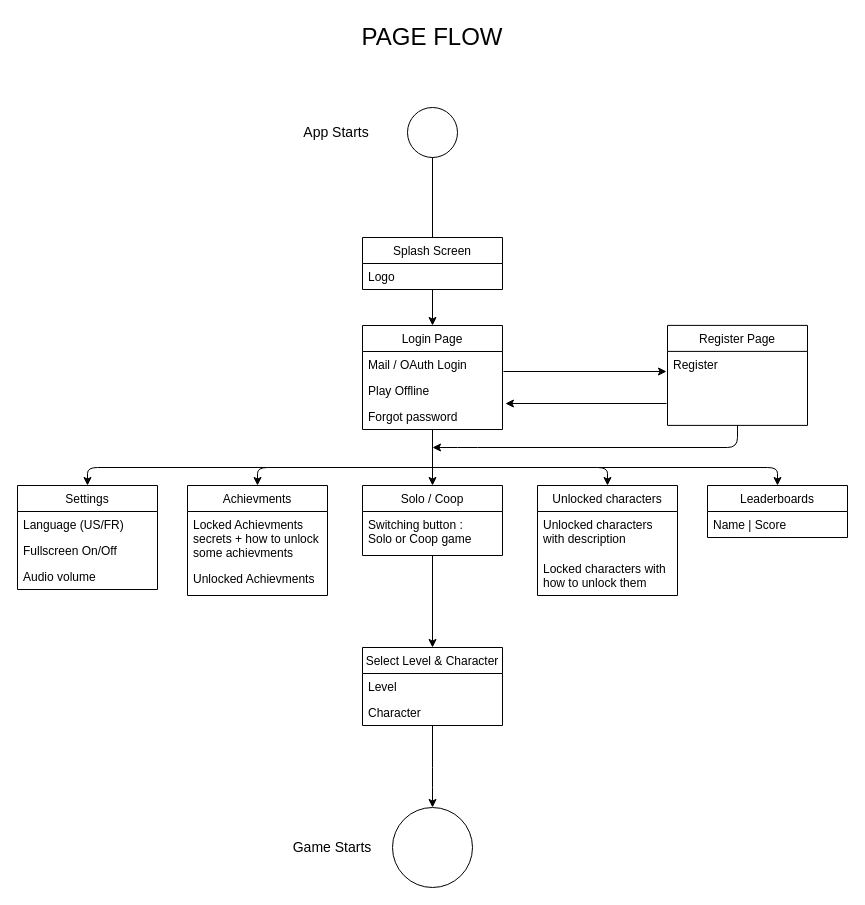
Before: GameDesign.drawio in RomainGsd/Binus-GameDesign, a draw.io diagram. Source tidied: cells renumbered, new cells numbered last; positions are measured from the earlier drawing's top-left corner, leaving out a move shared by most shapes. Both pictures are drawn from the tidied source at 100%, with x=0, y=0 at pixel (17, 17).
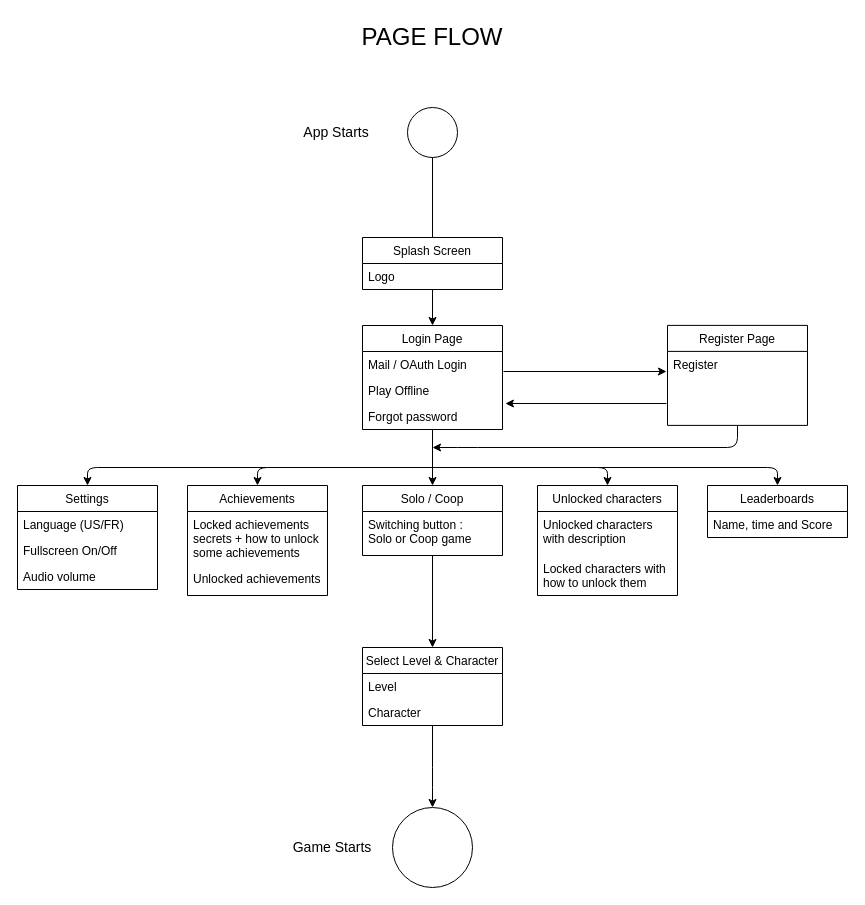
Above is the later version.

Unchanged cells that the change refers to:
```xml
<mxCell id="41" value="Leaderboards" style="swimlane;fontStyle=0;horizontal=1;startSize=26;fillColor=none;" parent="1" vertex="1">
  <mxGeometry x="690" y="468" width="140" height="52" as="geometry" />
</mxCell>
```

Diff of the diagram source:
```diff
@@
-    <mxCell id="23" value="Achievments" style="swimlane;fontStyle=0;horizontal=1;startSize=26;fillColor=none;" parent="1" vertex="1">
+    <mxCell id="23" value="Achievements" style="swimlane;fontStyle=0;horizontal=1;startSize=26;fillColor=none;" parent="1" vertex="1">
       <mxGeometry x="170" y="468" width="140" height="110" as="geometry" />
     </mxCell>
-    <mxCell id="24" value="Locked Achievments&#10;secrets + how to unlock&#10;some achievments&#10;" style="text;strokeColor=none;fillColor=none;align=left;verticalAlign=top;spacingLeft=4;spacingRight=4;overflow=hidden;" parent="23" vertex="1">
+    <mxCell id="24" value="Locked achievements&#10;secrets + how to unlock&#10;some achievements&#10;" style="text;strokeColor=none;fillColor=none;align=left;verticalAlign=top;spacingLeft=4;spacingRight=4;overflow=hidden;" parent="23" vertex="1">
       <mxGeometry y="26" width="140" height="54" as="geometry" />
     </mxCell>
-    <mxCell id="25" value="Unlocked Achievments" style="text;strokeColor=none;fillColor=none;align=left;verticalAlign=top;spacingLeft=4;spacingRight=4;overflow=hidden;" parent="23" vertex="1">
+    <mxCell id="25" value="Unlocked achievements" style="text;strokeColor=none;fillColor=none;align=left;verticalAlign=top;spacingLeft=4;spacingRight=4;overflow=hidden;" parent="23" vertex="1">
       <mxGeometry y="80" width="140" height="30" as="geometry" />
     </mxCell>
@@
-    <mxCell id="42" value="Name | Score" style="text;strokeColor=none;fillColor=none;align=left;verticalAlign=top;spacingLeft=4;spacingRight=4;overflow=hidden;" parent="41" vertex="1">
+    <mxCell id="42" value="Name, time and Score" style="text;strokeColor=none;fillColor=none;align=left;verticalAlign=top;spacingLeft=4;spacingRight=4;overflow=hidden;" parent="41" vertex="1">
       <mxGeometry y="26" width="140" height="26" as="geometry" />
     </mxCell>
```
